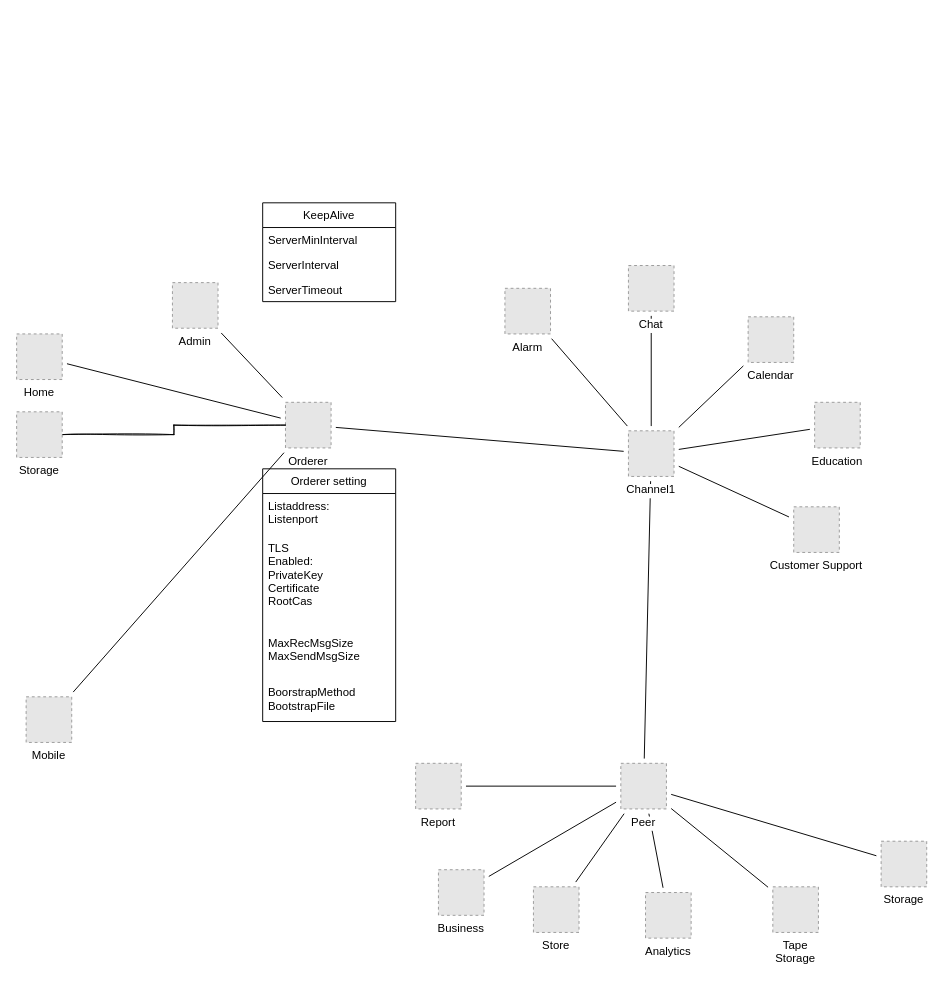
This is test-network/Waka Diagram.drawio from Hans-van-Velzen/Maori-Hyperledger, a draw.io file, before an edit. Source tidied: cells renumbered, new cells numbered last; positions are measured from the earlier drawing's top-left corner, leaving out a move shared by most shapes. Both pictures are drawn from the tidied source at 95%, with x=0, y=0 at pixel (16, 202). Pictures stored in the file or linked from it are replaced by grey dashed boxes.
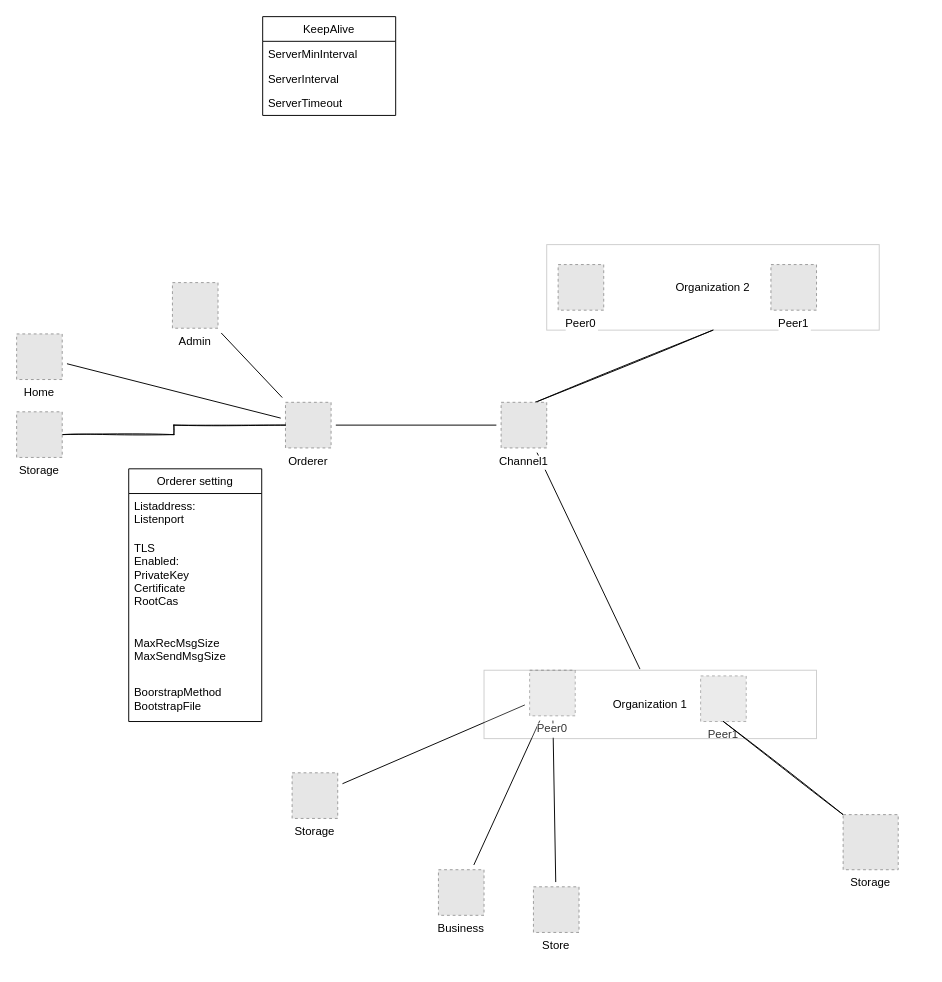
After the change.

The change refers to these unchanged cells:
```xml
<mxCell id="29" value="Orderer" style="fillColor=#E6E6E6;strokeColor=#999999;dashed=1;verticalLabelPosition=bottom;verticalAlign=top;labelBackgroundColor=#ffffff;" parent="1" vertex="1">
  <mxGeometry x="283" y="210" width="48" height="48" as="geometry" />
</mxCell>
```

Diff of the diagram source:
```diff
@@
-    <mxCell id="2" style="edgeStyle=none;rounded=0;jettySize=auto;html=1;sourcePerimeterSpacing=5;endArrow=none;endFill=0;targetPerimeterSpacing=5;" parent="1" edge="1" source="19" target="29">
-      <mxGeometry relative="1" as="geometry" />
-    </mxCell>
@@
-    <mxCell id="4" style="edgeStyle=none;rounded=0;jettySize=auto;html=1;sourcePerimeterSpacing=5;endArrow=none;endFill=0;targetPerimeterSpacing=5;" parent="1" edge="1" source="28" target="24">
-      <mxGeometry relative="1" as="geometry" />
-    </mxCell>
-    <mxCell id="5" style="edgeStyle=none;rounded=0;jettySize=auto;html=1;sourcePerimeterSpacing=5;endArrow=none;endFill=0;targetPerimeterSpacing=5;" parent="1" edge="1" source="28" target="20">
-      <mxGeometry relative="1" as="geometry" />
-    </mxCell>
-    <mxCell id="6" style="edgeStyle=none;rounded=0;jettySize=auto;html=1;sourcePerimeterSpacing=5;endArrow=none;endFill=0;targetPerimeterSpacing=5;" parent="1" edge="1" source="28" target="30">
-      <mxGeometry relative="1" as="geometry" />
-    </mxCell>
-    <mxCell id="7" style="edgeStyle=none;rounded=0;jettySize=auto;html=1;sourcePerimeterSpacing=5;endArrow=none;endFill=0;targetPerimeterSpacing=5;" parent="1" edge="1" source="28" target="23">
-      <mxGeometry relative="1" as="geometry" />
-    </mxCell>
-    <mxCell id="8" style="edgeStyle=none;rounded=0;jettySize=auto;html=1;sourcePerimeterSpacing=5;endArrow=none;endFill=0;targetPerimeterSpacing=5;" parent="1" edge="1" source="28" target="21">
-      <mxGeometry relative="1" as="geometry" />
-    </mxCell>
-    <mxCell id="9" style="edgeStyle=none;rounded=0;jettySize=auto;html=1;sourcePerimeterSpacing=5;endArrow=none;endFill=0;targetPerimeterSpacing=5;" parent="1" edge="1" source="28" target="34">
+    <mxCell id="9" style="edgeStyle=none;rounded=0;jettySize=auto;html=1;sourcePerimeterSpacing=5;endArrow=none;endFill=0;targetPerimeterSpacing=5;entryX=0.469;entryY=-0.017;entryDx=0;entryDy=0;entryPerimeter=0;" parent="1" edge="1" source="28" target="48">
       <mxGeometry relative="1" as="geometry" />
     </mxCell>
@@
-    <mxCell id="12" style="edgeStyle=none;rounded=0;jettySize=auto;html=1;sourcePerimeterSpacing=5;endArrow=none;endFill=0;targetPerimeterSpacing=5;" parent="1" edge="1" source="34" target="26">
-      <mxGeometry relative="1" as="geometry" />
-    </mxCell>
@@
-    <mxCell id="15" style="edgeStyle=none;rounded=0;jettySize=auto;html=1;sourcePerimeterSpacing=5;endArrow=none;endFill=0;targetPerimeterSpacing=5;" parent="1" edge="1" source="34" target="31">
-      <mxGeometry relative="1" as="geometry" />
-    </mxCell>
-    <mxCell id="16" style="edgeStyle=none;rounded=0;jettySize=auto;html=1;sourcePerimeterSpacing=5;endArrow=none;endFill=0;targetPerimeterSpacing=5;" parent="1" edge="1" source="34" target="18">
-      <mxGeometry relative="1" as="geometry" />
-    </mxCell>
@@
-    <mxCell id="18" value="Tape&#10;Storage" style="fillColor=#E6E6E6;strokeColor=#999999;dashed=1;verticalLabelPosition=bottom;verticalAlign=top;labelBackgroundColor=#ffffff;" parent="1" vertex="1">
-      <mxGeometry x="796" y="720" width="48" height="48" as="geometry" />
-    </mxCell>
-    <mxCell id="19" value="Mobile" style="fillColor=#E6E6E6;strokeColor=#999999;dashed=1;verticalLabelPosition=bottom;verticalAlign=top;labelBackgroundColor=#ffffff;" parent="1" vertex="1">
-      <mxGeometry x="10" y="520" width="48" height="48" as="geometry" />
-    </mxCell>
-    <mxCell id="20" value="Chat" style="fillColor=#E6E6E6;strokeColor=#999999;dashed=1;verticalLabelPosition=bottom;verticalAlign=top;labelBackgroundColor=#ffffff;" parent="1" vertex="1">
-      <mxGeometry x="644" y="66" width="48" height="48" as="geometry" />
-    </mxCell>
-    <mxCell id="21" value="Customer Support" style="fillColor=#E6E6E6;strokeColor=#999999;dashed=1;verticalLabelPosition=bottom;verticalAlign=top;labelBackgroundColor=#ffffff;" parent="1" vertex="1">
-      <mxGeometry x="818" y="320" width="48" height="48" as="geometry" />
-    </mxCell>
@@
-    <mxCell id="23" value="Education" style="fillColor=#E6E6E6;strokeColor=#999999;dashed=1;verticalLabelPosition=bottom;verticalAlign=top;labelBackgroundColor=#ffffff;" parent="1" vertex="1">
-      <mxGeometry x="840" y="210" width="48" height="48" as="geometry" />
-    </mxCell>
-    <mxCell id="24" value="Alarm" style="fillColor=#E6E6E6;strokeColor=#999999;dashed=1;verticalLabelPosition=bottom;verticalAlign=top;labelBackgroundColor=#ffffff;" parent="1" vertex="1">
-      <mxGeometry x="514" y="90" width="48" height="48" as="geometry" />
-    </mxCell>
@@
-    <mxCell id="26" value="Report" style="fillColor=#E6E6E6;strokeColor=#999999;dashed=1;verticalLabelPosition=bottom;verticalAlign=top;labelBackgroundColor=#ffffff;" parent="1" vertex="1">
-      <mxGeometry x="420" y="590" width="48" height="48" as="geometry" />
-    </mxCell>
     <mxCell id="27" value="Storage" style="fillColor=#E6E6E6;strokeColor=#999999;dashed=1;verticalLabelPosition=bottom;verticalAlign=top;labelBackgroundColor=#ffffff;" parent="1" vertex="1">
-      <mxGeometry x="910" y="672" width="48" height="48" as="geometry" />
+      <mxGeometry x="290" y="600" width="48" height="48" as="geometry" />
     </mxCell>
+    <mxCell id="46" style="edgeStyle=none;rounded=0;sketch=1;jettySize=auto;html=1;exitX=0.75;exitY=0;exitDx=0;exitDy=0;entryX=0.5;entryY=1;entryDx=0;entryDy=0;endArrow=none;endFill=0;" parent="1" edge="1" source="28" target="51">
+      <mxGeometry relative="1" as="geometry" />
+    </mxCell>
     <mxCell id="28" value="Channel1" style="fillColor=#E6E6E6;strokeColor=#999999;dashed=1;verticalLabelPosition=bottom;verticalAlign=top;labelBackgroundColor=#ffffff;" parent="1" vertex="1">
-      <mxGeometry x="644" y="240" width="48" height="48" as="geometry" />
+      <mxGeometry x="510" y="210" width="48" height="48" as="geometry" />
     </mxCell>
@@
-    <mxCell id="30" value="Calendar" style="fillColor=#E6E6E6;strokeColor=#999999;dashed=1;verticalLabelPosition=bottom;verticalAlign=top;labelBackgroundColor=#ffffff;" parent="1" vertex="1">
-      <mxGeometry x="770" y="120" width="48" height="48" as="geometry" />
-    </mxCell>
-    <mxCell id="31" value="Analytics" style="fillColor=#E6E6E6;strokeColor=#999999;dashed=1;verticalLabelPosition=bottom;verticalAlign=top;labelBackgroundColor=#ffffff;" parent="1" vertex="1">
-      <mxGeometry x="662" y="726" width="48" height="48" as="geometry" />
-    </mxCell>
@@
-    <mxCell id="34" value="Peer" style="fillColor=#E6E6E6;strokeColor=#999999;dashed=1;verticalLabelPosition=bottom;verticalAlign=top;labelBackgroundColor=#ffffff;" parent="1" vertex="1">
-      <mxGeometry x="636" y="590" width="48" height="48" as="geometry" />
+    <mxCell id="34" value="Peer0" style="fillColor=#E6E6E6;strokeColor=#999999;dashed=1;verticalLabelPosition=bottom;verticalAlign=top;labelBackgroundColor=#ffffff;" parent="1" vertex="1">
+      <mxGeometry x="540" y="492" width="48" height="48" as="geometry" />
     </mxCell>
     <mxCell id="35" value="Orderer setting" style="swimlane;fontStyle=0;horizontal=1;startSize=26;fillColor=none;" parent="1" vertex="1">
-      <mxGeometry x="259" y="280" width="140" height="266" as="geometry" />
+      <mxGeometry x="118" y="280" width="140" height="266" as="geometry" />
     </mxCell>
@@
     <mxCell id="40" value="KeepAlive" style="swimlane;fontStyle=0;horizontal=1;startSize=26;fillColor=none;" parent="1" vertex="1">
-      <mxGeometry x="259" width="140" height="104" as="geometry" />
+      <mxGeometry x="259" y="-196" width="140" height="104" as="geometry" />
     </mxCell>
@@
+    <mxCell id="47" value="Peer1" style="fillColor=#E6E6E6;strokeColor=#999999;dashed=1;verticalLabelPosition=bottom;verticalAlign=top;labelBackgroundColor=#ffffff;" parent="1" vertex="1">
+      <mxGeometry x="720" y="498" width="48" height="48" as="geometry" />
+    </mxCell>
@@
+    <mxCell id="48" value="Organization 1" style="whiteSpace=wrap;html=1;align=center;newEdgeStyle={&quot;edgeStyle&quot;:&quot;elbowEdgeStyle&quot;,&quot;startArrow&quot;:&quot;none&quot;,&quot;endArrow&quot;:&quot;none&quot;};opacity=20;" parent="1" vertex="1">
+      <mxGeometry x="492" y="492" width="350" height="72" as="geometry" />
+    </mxCell>
+    <mxCell id="49" style="edgeStyle=none;rounded=0;sketch=1;jettySize=auto;html=1;exitX=0;exitY=0;exitDx=0;exitDy=0;entryX=0.5;entryY=1;entryDx=0;entryDy=0;endArrow=none;endFill=0;" parent="1" edge="1" source="50" target="47">
+      <mxGeometry relative="1" as="geometry" />
+    </mxCell>
+    <mxCell id="50" value="Storage" style="fillColor=#E6E6E6;strokeColor=#999999;dashed=1;verticalLabelPosition=bottom;verticalAlign=top;labelBackgroundColor=#ffffff;" parent="1" vertex="1">
+      <mxGeometry x="870" y="644" width="58" height="58" as="geometry" />
+    </mxCell>
+    <mxCell id="51" value="Organization 2&lt;br&gt;" style="whiteSpace=wrap;html=1;align=center;newEdgeStyle={&quot;edgeStyle&quot;:&quot;elbowEdgeStyle&quot;,&quot;startArrow&quot;:&quot;none&quot;,&quot;endArrow&quot;:&quot;none&quot;};opacity=20;" parent="1" vertex="1">
+      <mxGeometry x="558" y="44" width="350" height="90" as="geometry" />
+    </mxCell>
+    <mxCell id="52" value="Peer0" style="fillColor=#E6E6E6;strokeColor=#999999;dashed=1;verticalLabelPosition=bottom;verticalAlign=top;labelBackgroundColor=#ffffff;" parent="1" vertex="1">
+      <mxGeometry x="570" y="65" width="48" height="48" as="geometry" />
+    </mxCell>
+    <mxCell id="53" value="Peer1" style="fillColor=#E6E6E6;strokeColor=#999999;dashed=1;verticalLabelPosition=bottom;verticalAlign=top;labelBackgroundColor=#ffffff;" parent="1" vertex="1">
+      <mxGeometry x="794" y="65" width="48" height="48" as="geometry" />
+    </mxCell>
```
